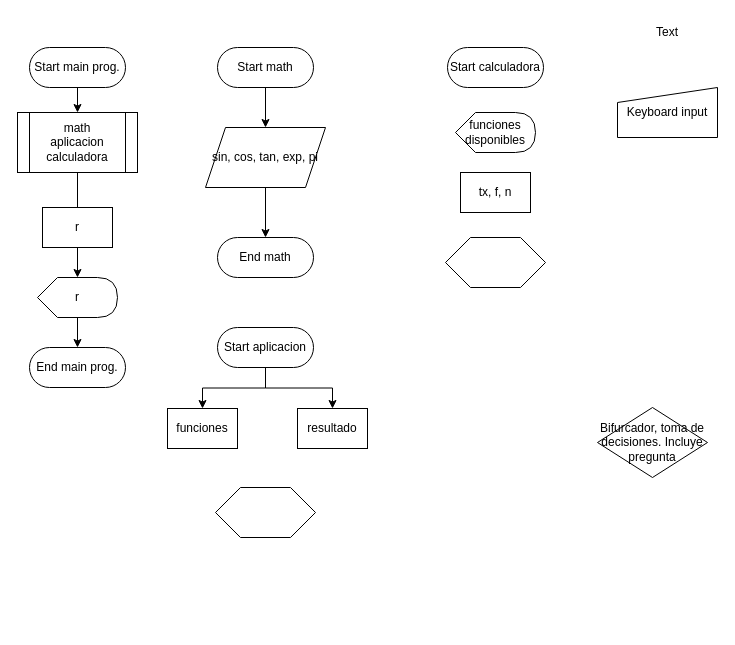
The draw.io diagram page "ejercicio3.2" (5 of 7) of Flujogramas.drawio in MoltenDevLabs/data-science-bootcamp, before the edit. Source tidied: cells renumbered, new cells numbered last; positions are measured from the earlier drawing's top-left corner, leaving out a move shared by most shapes. Both pictures are drawn from the tidied source at 100%, with x=0, y=0 at pixel (17, 17).
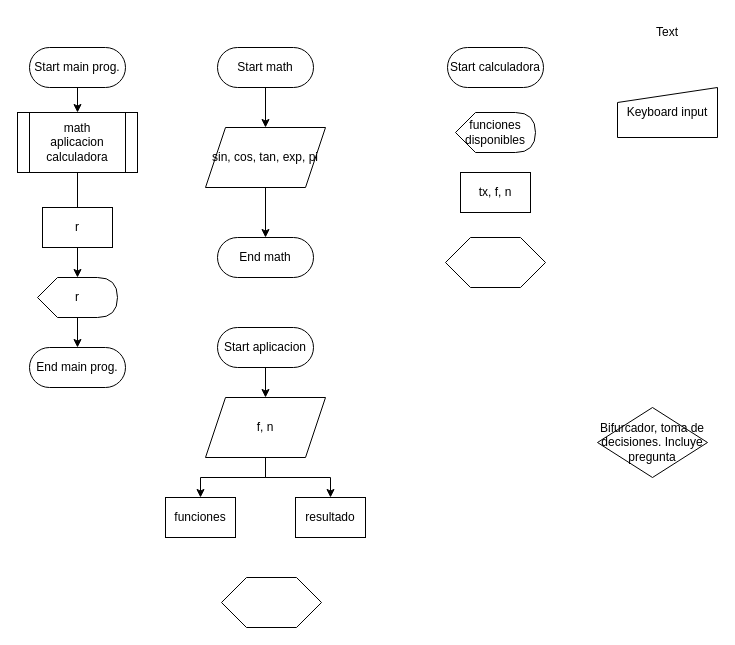
After the change.

The change refers to these unchanged cells:
```xml
<mxCell id="20" value="Start aplicacion" style="html=1;dashed=0;whiteSpace=wrap;shape=mxgraph.dfd.start;" parent="1" vertex="1">
  <mxGeometry x="200" y="310" width="96" height="40" as="geometry" />
</mxCell>
```

Diff of the diagram source:
```diff
@@
-    <mxCell id="19" style="edgeStyle=orthogonalEdgeStyle;rounded=0;jettySize=auto;html=1;" parent="1" edge="1" source="20" target="22">
-      <mxGeometry relative="1" as="geometry" />
-    </mxCell>
+    <mxCell id="28" style="edgeStyle=orthogonalEdgeStyle;rounded=0;jettySize=auto;html=1;" parent="1" edge="1" source="20" target="30">
+      <mxGeometry relative="1" as="geometry" />
+    </mxCell>
@@
     <mxCell id="21" value="funciones" style="rounded=0;whiteSpace=wrap;html=1;" parent="1" vertex="1">
-      <mxGeometry x="150" y="391" width="70" height="40" as="geometry" />
+      <mxGeometry x="148" y="480" width="70" height="40" as="geometry" />
     </mxCell>
     <mxCell id="22" value="resultado" style="rounded=0;whiteSpace=wrap;html=1;" parent="1" vertex="1">
-      <mxGeometry x="280" y="391" width="70" height="40" as="geometry" />
+      <mxGeometry x="278" y="480" width="70" height="40" as="geometry" />
     </mxCell>
-    <mxCell id="23" style="edgeStyle=orthogonalEdgeStyle;rounded=0;jettySize=auto;html=1;exitX=0.5;exitY=0.5;exitDx=0;exitDy=20;exitPerimeter=0;entryX=0.5;entryY=0;entryDx=0;entryDy=0;" parent="1" edge="1" source="20" target="21">
-      <mxGeometry relative="1" as="geometry" />
-    </mxCell>
@@
     <mxCell id="27" style="shape=hexagon;perimeter=hexagonPerimeter2;whiteSpace=wrap;html=1;size=0.25;" parent="1" vertex="1">
-      <mxGeometry x="198" y="470" width="100" height="50" as="geometry" />
+      <mxGeometry x="204" y="560" width="100" height="50" as="geometry" />
     </mxCell>
+    <mxCell id="29" style="edgeStyle=orthogonalEdgeStyle;rounded=0;jettySize=auto;html=1;" parent="1" edge="1" source="30" target="22">
+      <mxGeometry relative="1" as="geometry" />
+    </mxCell>
+    <mxCell id="30" value="f, n" style="shape=parallelogram;perimeter=parallelogramPerimeter;whiteSpace=wrap;html=1;fixedSize=1;" parent="1" vertex="1">
+      <mxGeometry x="188" y="380" width="120" height="60" as="geometry" />
+    </mxCell>
+    <mxCell id="31" style="edgeStyle=orthogonalEdgeStyle;rounded=0;jettySize=auto;html=1;exitX=0.5;exitY=1;exitDx=0;exitDy=0;entryX=0.5;entryY=0;entryDx=0;entryDy=0;" parent="1" edge="1" source="30" target="21">
+      <mxGeometry relative="1" as="geometry" />
+    </mxCell>
```
